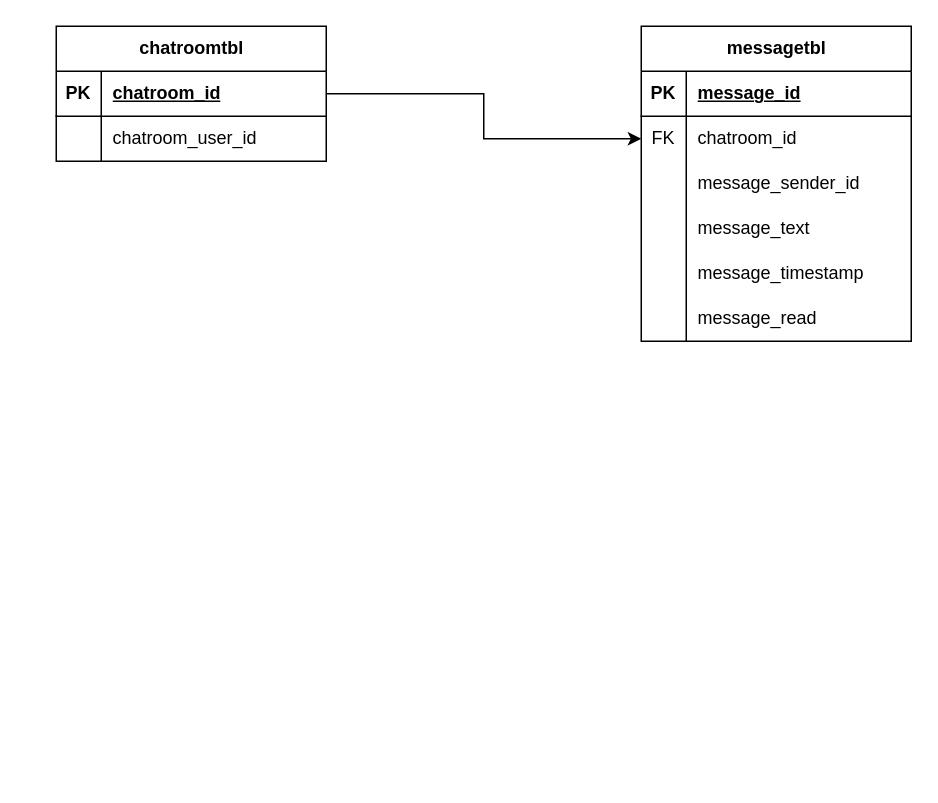
Before: 채팅 클라이언트 DB.drawio in Hyunmin-Kwak-hub/neighbor21, a draw.io diagram. Source tidied: cells renumbered, new cells numbered last; positions are measured from the earlier drawing's top-left corner, leaving out a move shared by most shapes. Both pictures are drawn from the tidied source at 150%, with x=0, y=0 at pixel (56, 26).
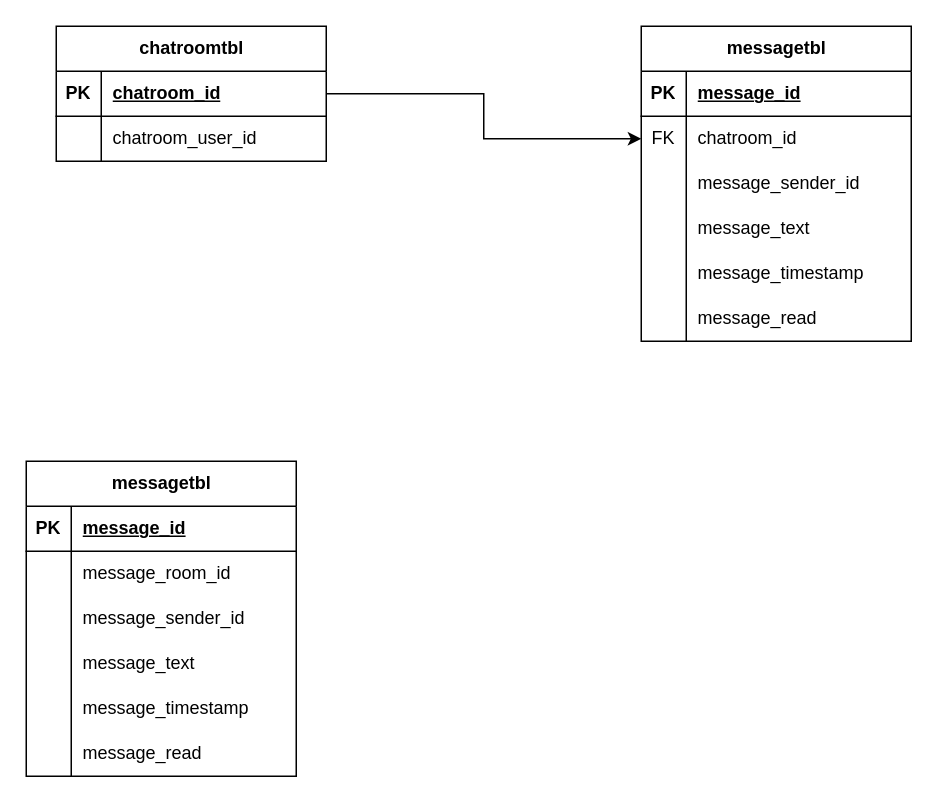
After the change.

Commit message:
채팅 클라이언트 DB.drawio 업데이트

What changed in the source:
```diff
@@
+    <mxCell id="29" value="messagetbl" style="shape=table;startSize=30;childLayout=tableLayout;rowLines=0;fontStyle=1;align=center;html=1;" parent="1" vertex="1">
+      <mxGeometry x="-20" y="290" width="180" height="210" as="geometry" />
+    </mxCell>
+    <mxCell id="30" style="shape=tableRow;horizontal=0;startSize=0;swimlaneHead=0;swimlaneBody=0;fillColor=none;top=0;left=0;right=0;bottom=1;" parent="29" vertex="1">
+      <mxGeometry y="30" width="180" height="30" as="geometry" />
+    </mxCell>
+    <mxCell id="31" value="PK" style="shape=partialRectangle;fillColor=none;top=0;left=0;bottom=0;right=0;fontStyle=1;overflow=hidden;whiteSpace=wrap;html=1;" parent="30" vertex="1">
+      <mxGeometry width="30" height="30" as="geometry" />
+    </mxCell>
+    <mxCell id="32" value="message_id" style="shape=partialRectangle;fillColor=none;top=0;left=0;bottom=0;right=0;align=left;spacingLeft=6;fontStyle=5;overflow=hidden;whiteSpace=wrap;html=1;" parent="30" vertex="1">
+      <mxGeometry x="30" width="150" height="30" as="geometry" />
+    </mxCell>
+    <mxCell id="33" style="shape=tableRow;horizontal=0;startSize=0;swimlaneHead=0;swimlaneBody=0;fillColor=none;top=0;left=0;right=0;bottom=0;" parent="29" vertex="1">
+      <mxGeometry y="60" width="180" height="30" as="geometry" />
+    </mxCell>
+    <mxCell id="34" style="shape=partialRectangle;fillColor=none;top=0;left=0;bottom=0;right=0;overflow=hidden;whiteSpace=wrap;html=1;" parent="33" vertex="1">
+      <mxGeometry width="30" height="30" as="geometry" />
+    </mxCell>
+    <mxCell id="35" value="message_room_id" style="shape=partialRectangle;fillColor=none;top=0;left=0;bottom=0;right=0;align=left;spacingLeft=6;overflow=hidden;whiteSpace=wrap;html=1;" parent="33" vertex="1">
+      <mxGeometry x="30" width="150" height="30" as="geometry" />
+    </mxCell>
+    <mxCell id="36" style="shape=tableRow;horizontal=0;startSize=0;swimlaneHead=0;swimlaneBody=0;fillColor=none;top=0;left=0;right=0;bottom=0;" parent="29" vertex="1">
+      <mxGeometry y="90" width="180" height="30" as="geometry" />
+    </mxCell>
+    <mxCell id="37" style="shape=partialRectangle;fillColor=none;top=0;left=0;bottom=0;right=0;overflow=hidden;whiteSpace=wrap;html=1;" parent="36" vertex="1">
+      <mxGeometry width="30" height="30" as="geometry" />
+    </mxCell>
+    <mxCell id="38" value="message_sender_id" style="shape=partialRectangle;fillColor=none;top=0;left=0;bottom=0;right=0;align=left;spacingLeft=6;overflow=hidden;whiteSpace=wrap;html=1;" parent="36" vertex="1">
+      <mxGeometry x="30" width="150" height="30" as="geometry" />
+    </mxCell>
+    <mxCell id="39" style="shape=tableRow;horizontal=0;startSize=0;swimlaneHead=0;swimlaneBody=0;fillColor=none;top=0;left=0;right=0;bottom=0;" parent="29" vertex="1">
+      <mxGeometry y="120" width="180" height="30" as="geometry" />
+    </mxCell>
+    <mxCell id="40" style="shape=partialRectangle;fillColor=none;top=0;left=0;bottom=0;right=0;overflow=hidden;whiteSpace=wrap;html=1;" parent="39" vertex="1">
+      <mxGeometry width="30" height="30" as="geometry" />
+    </mxCell>
+    <mxCell id="41" value="message_text" style="shape=partialRectangle;fillColor=none;top=0;left=0;bottom=0;right=0;align=left;spacingLeft=6;overflow=hidden;whiteSpace=wrap;html=1;" parent="39" vertex="1">
+      <mxGeometry x="30" width="150" height="30" as="geometry" />
+    </mxCell>
+    <mxCell id="42" style="shape=tableRow;horizontal=0;startSize=0;swimlaneHead=0;swimlaneBody=0;fillColor=none;top=0;left=0;right=0;bottom=0;" parent="29" vertex="1">
+      <mxGeometry y="150" width="180" height="30" as="geometry" />
+    </mxCell>
+    <mxCell id="43" style="shape=partialRectangle;fillColor=none;top=0;left=0;bottom=0;right=0;overflow=hidden;whiteSpace=wrap;html=1;" parent="42" vertex="1">
+      <mxGeometry width="30" height="30" as="geometry" />
+    </mxCell>
+    <mxCell id="44" value="message_timestamp" style="shape=partialRectangle;fillColor=none;top=0;left=0;bottom=0;right=0;align=left;spacingLeft=6;overflow=hidden;whiteSpace=wrap;html=1;" parent="42" vertex="1">
+      <mxGeometry x="30" width="150" height="30" as="geometry" />
+    </mxCell>
+    <mxCell id="45" style="shape=tableRow;horizontal=0;startSize=0;swimlaneHead=0;swimlaneBody=0;fillColor=none;top=0;left=0;right=0;bottom=0;" parent="29" vertex="1">
+      <mxGeometry y="180" width="180" height="30" as="geometry" />
+    </mxCell>
+    <mxCell id="46" style="shape=partialRectangle;fillColor=none;top=0;left=0;bottom=0;right=0;overflow=hidden;whiteSpace=wrap;html=1;" parent="45" vertex="1">
+      <mxGeometry width="30" height="30" as="geometry" />
+    </mxCell>
+    <mxCell id="47" value="message_read" style="shape=partialRectangle;fillColor=none;top=0;left=0;bottom=0;right=0;align=left;spacingLeft=6;overflow=hidden;whiteSpace=wrap;html=1;" parent="45" vertex="1">
+      <mxGeometry x="30" width="150" height="30" as="geometry" />
+    </mxCell>
```
